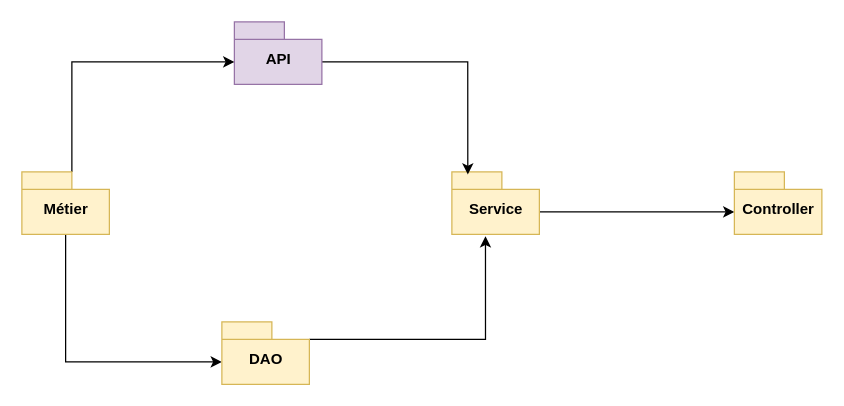
Before: diagramme_package.drawio in TheAIWizard/Ensaeats, a draw.io diagram. Source tidied: cells renumbered, new cells numbered last; positions are measured from the earlier drawing's top-left corner, leaving out a move shared by most shapes. Both pictures are drawn from the tidied source at 125%, with x=0, y=0 at pixel (21, 21).
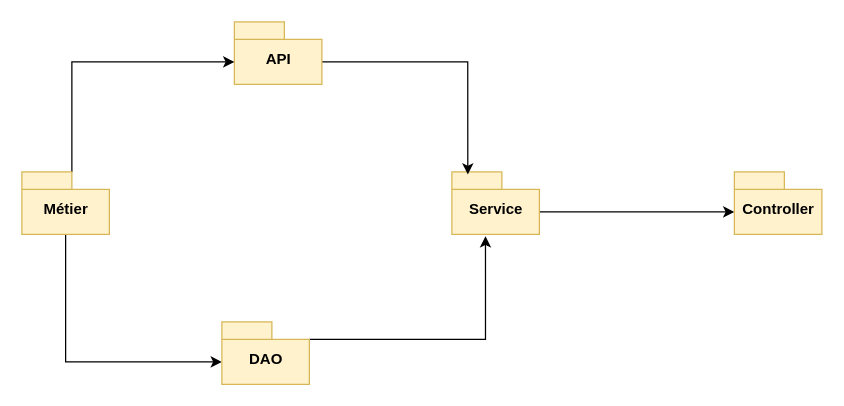
The same diagram, later.

Diff of the diagram source:
```diff
@@
 <mxGraphModel>
   <root>
     <mxCell id="0" />
     <mxCell id="1" parent="0" />
     <mxCell id="2" style="edgeStyle=orthogonalEdgeStyle;rounded=0;jettySize=auto;html=1;exitX=0;exitY=0;exitDx=70;exitDy=32;exitPerimeter=0;entryX=0;entryY=0;entryDx=0;entryDy=32;entryPerimeter=0;" parent="1" edge="1" source="3" target="9">
       <mxGeometry relative="1" as="geometry" />
     </mxCell>
     <mxCell id="3" value="Service" style="shape=folder;fontStyle=1;spacingTop=10;tabWidth=40;tabHeight=14;tabPosition=left;html=1;fillColor=#fff2cc;strokeColor=#d6b656;" parent="1" vertex="1">
       <mxGeometry x="344" y="120" width="70" height="50" as="geometry" />
     </mxCell>
     <mxCell id="4" style="edgeStyle=orthogonalEdgeStyle;rounded=0;jettySize=auto;html=1;exitX=0;exitY=0;exitDx=70;exitDy=32;exitPerimeter=0;entryX=0.182;entryY=0.041;entryDx=0;entryDy=0;entryPerimeter=0;" parent="1" edge="1" source="5" target="3">
       <mxGeometry relative="1" as="geometry">
         <Array as="points">
           <mxPoint x="357" y="32" />
         </Array>
       </mxGeometry>
     </mxCell>
-    <mxCell id="5" value="API" style="shape=folder;fontStyle=1;spacingTop=10;tabWidth=40;tabHeight=14;tabPosition=left;html=1;fillColor=#e1d5e7;strokeColor=#9673a6;" parent="1" vertex="1">
+    <mxCell id="5" value="API" style="shape=folder;fontStyle=1;spacingTop=10;tabWidth=40;tabHeight=14;tabPosition=left;html=1;fillColor=#fff2cc;strokeColor=#d6b656;" parent="1" vertex="1">
       <mxGeometry x="170" width="70" height="50" as="geometry" />
     </mxCell>
     <mxCell id="6" style="edgeStyle=orthogonalEdgeStyle;rounded=0;jettySize=auto;html=1;exitX=0;exitY=0;exitDx=40;exitDy=0;exitPerimeter=0;entryX=0;entryY=0;entryDx=0;entryDy=32;entryPerimeter=0;" parent="1" edge="1" source="8" target="5">
       <mxGeometry relative="1" as="geometry" />
     </mxCell>
     <mxCell id="7" style="edgeStyle=orthogonalEdgeStyle;rounded=0;jettySize=auto;html=1;exitX=0.5;exitY=1;exitDx=0;exitDy=0;exitPerimeter=0;entryX=0;entryY=0;entryDx=0;entryDy=32;entryPerimeter=0;" parent="1" edge="1" source="8" target="11">
       <mxGeometry relative="1" as="geometry" />
     </mxCell>
     <mxCell id="8" value="Métier" style="shape=folder;fontStyle=1;spacingTop=10;tabWidth=40;tabHeight=14;tabPosition=left;html=1;fillColor=#fff2cc;strokeColor=#d6b656;" parent="1" vertex="1">
       <mxGeometry y="120" width="70" height="50" as="geometry" />
     </mxCell>
     <mxCell id="9" value="Controller" style="shape=folder;fontStyle=1;spacingTop=10;tabWidth=40;tabHeight=14;tabPosition=left;html=1;fillColor=#fff2cc;strokeColor=#d6b656;" parent="1" vertex="1">
       <mxGeometry x="570" y="120" width="70" height="50" as="geometry" />
     </mxCell>
     <mxCell id="10" style="edgeStyle=orthogonalEdgeStyle;rounded=0;jettySize=auto;html=1;exitX=0;exitY=0;exitDx=70;exitDy=14;exitPerimeter=0;entryX=0.384;entryY=1.029;entryDx=0;entryDy=0;entryPerimeter=0;" parent="1" edge="1" source="11" target="3">
       <mxGeometry relative="1" as="geometry" />
     </mxCell>
     <mxCell id="11" value="DAO" style="shape=folder;fontStyle=1;spacingTop=10;tabWidth=40;tabHeight=14;tabPosition=left;html=1;fillColor=#fff2cc;strokeColor=#d6b656;" parent="1" vertex="1">
       <mxGeometry x="160" y="240" width="70" height="50" as="geometry" />
     </mxCell>
   </root>
 </mxGraphModel>
```
